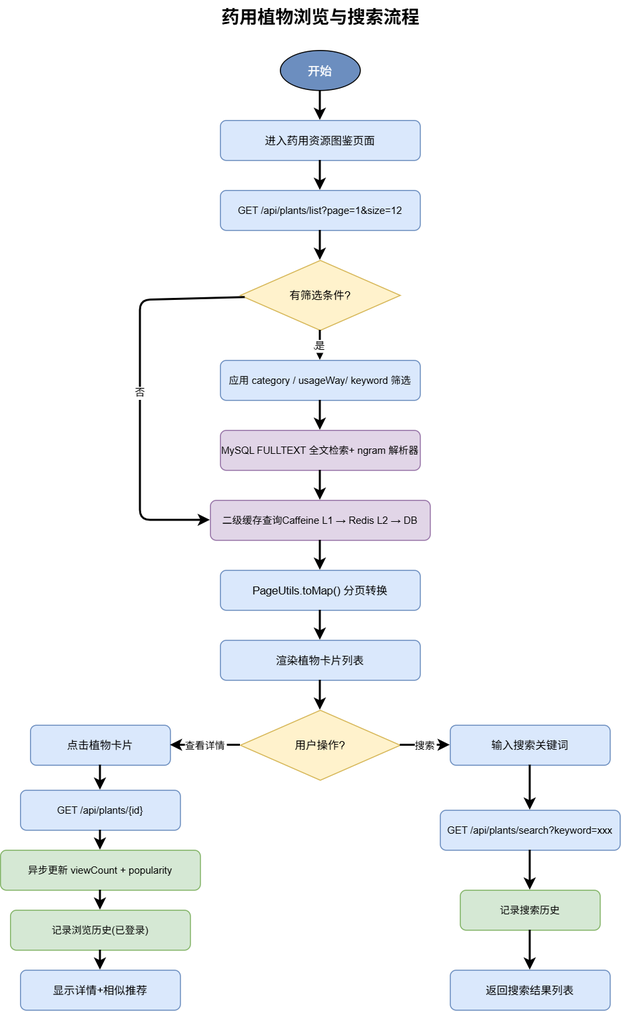
Earlier version of the draw.io export docs/diagrams-png/flow-plant.drawio.png (yhe3603-star/Graduation-Project). Source tidied: cells renumbered, new cells last; positions are measured from the earlier drawing's top-left corner, leaving out a move shared by most shapes.
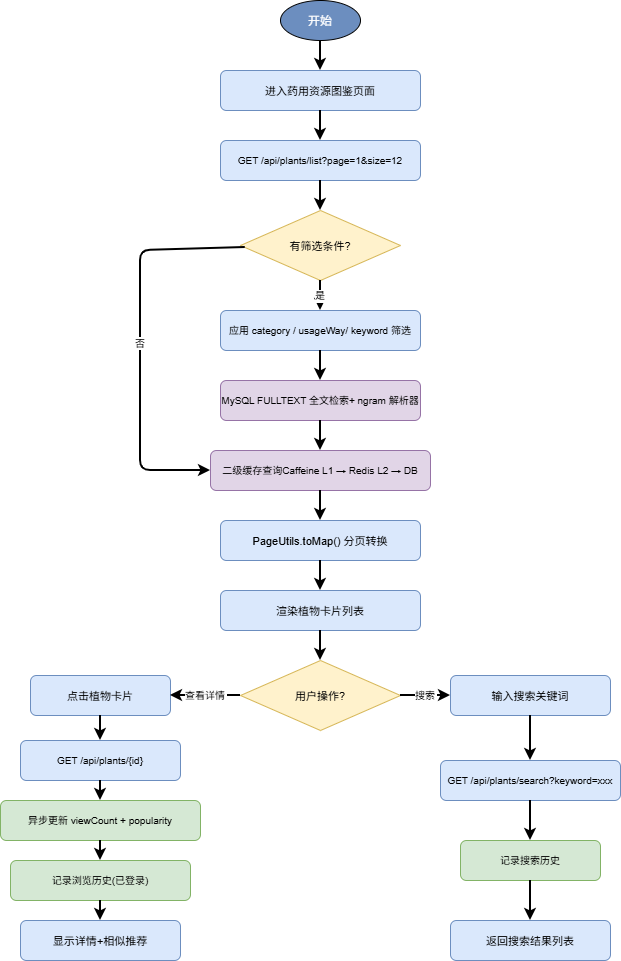
After the change.

Change to the diagram source:
```diff
@@ -2,9 +2,6 @@
   <root>
     <mxCell id="0" />
     <mxCell id="1" parent="0" />
-    <mxCell id="2" value="药用植物浏览与搜索流程" style="text;html=1;fontSize=18;fontStyle=1;align=center;" parent="1" vertex="1">
-      <mxGeometry x="120" width="400" height="35" as="geometry" />
-    </mxCell>
     <mxCell id="3" value="开始" style="ellipse;fillColor=#6c8ebf;fontColor=#fff;fontSize=12;" parent="1" vertex="1">
       <mxGeometry x="280" y="50" width="80" height="40" as="geometry" />
     </mxCell>
```
